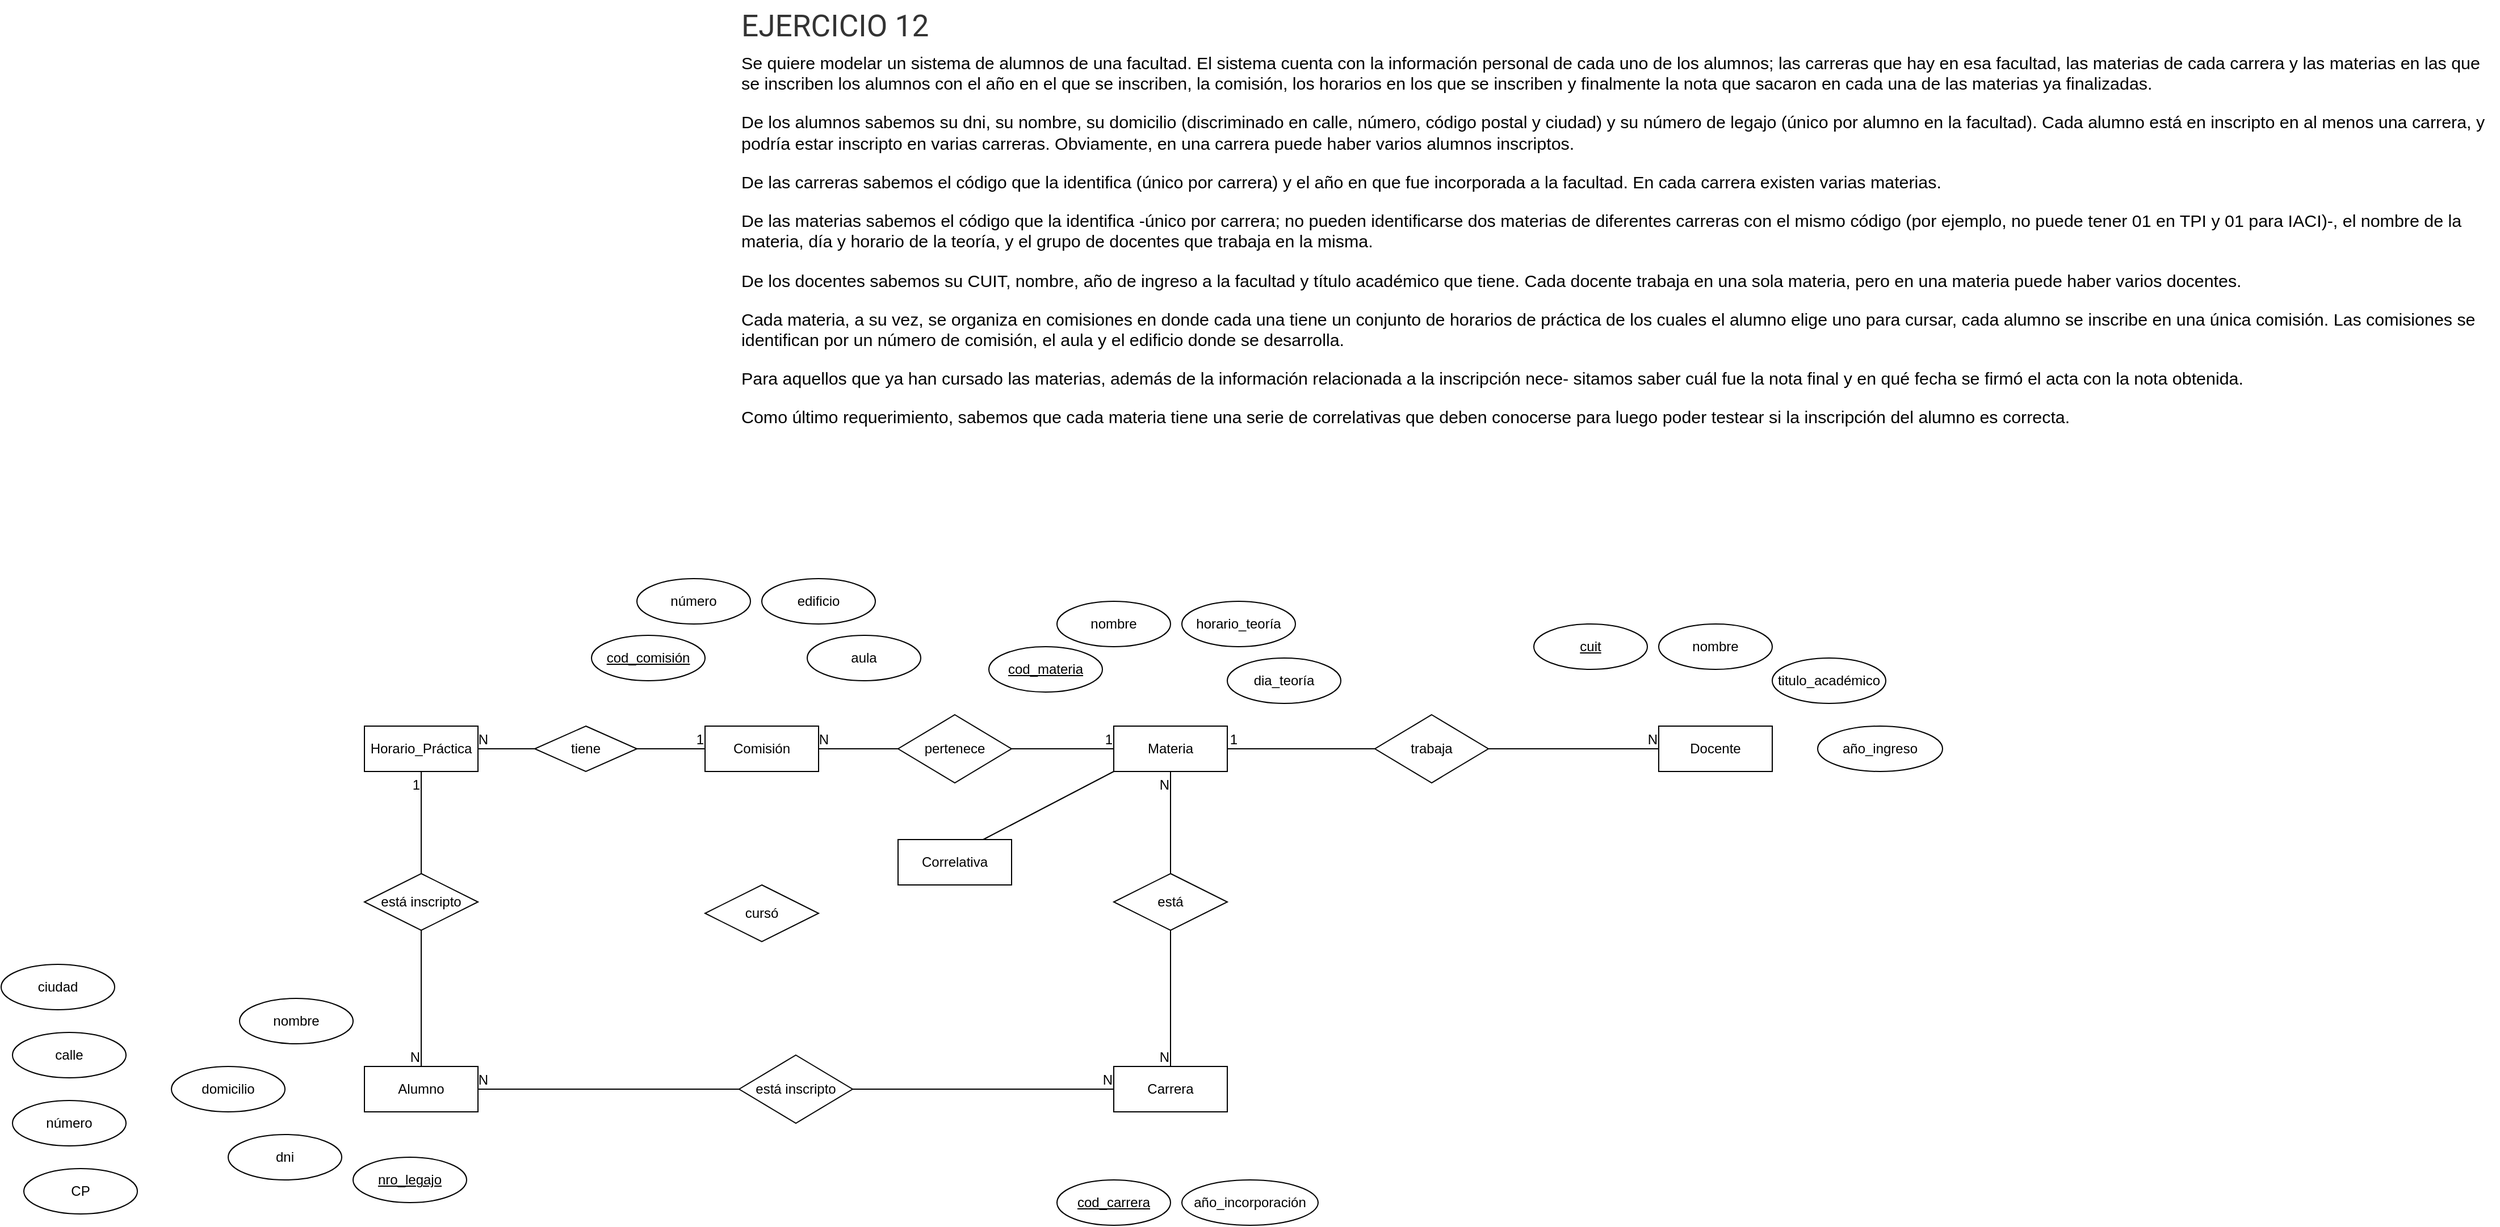
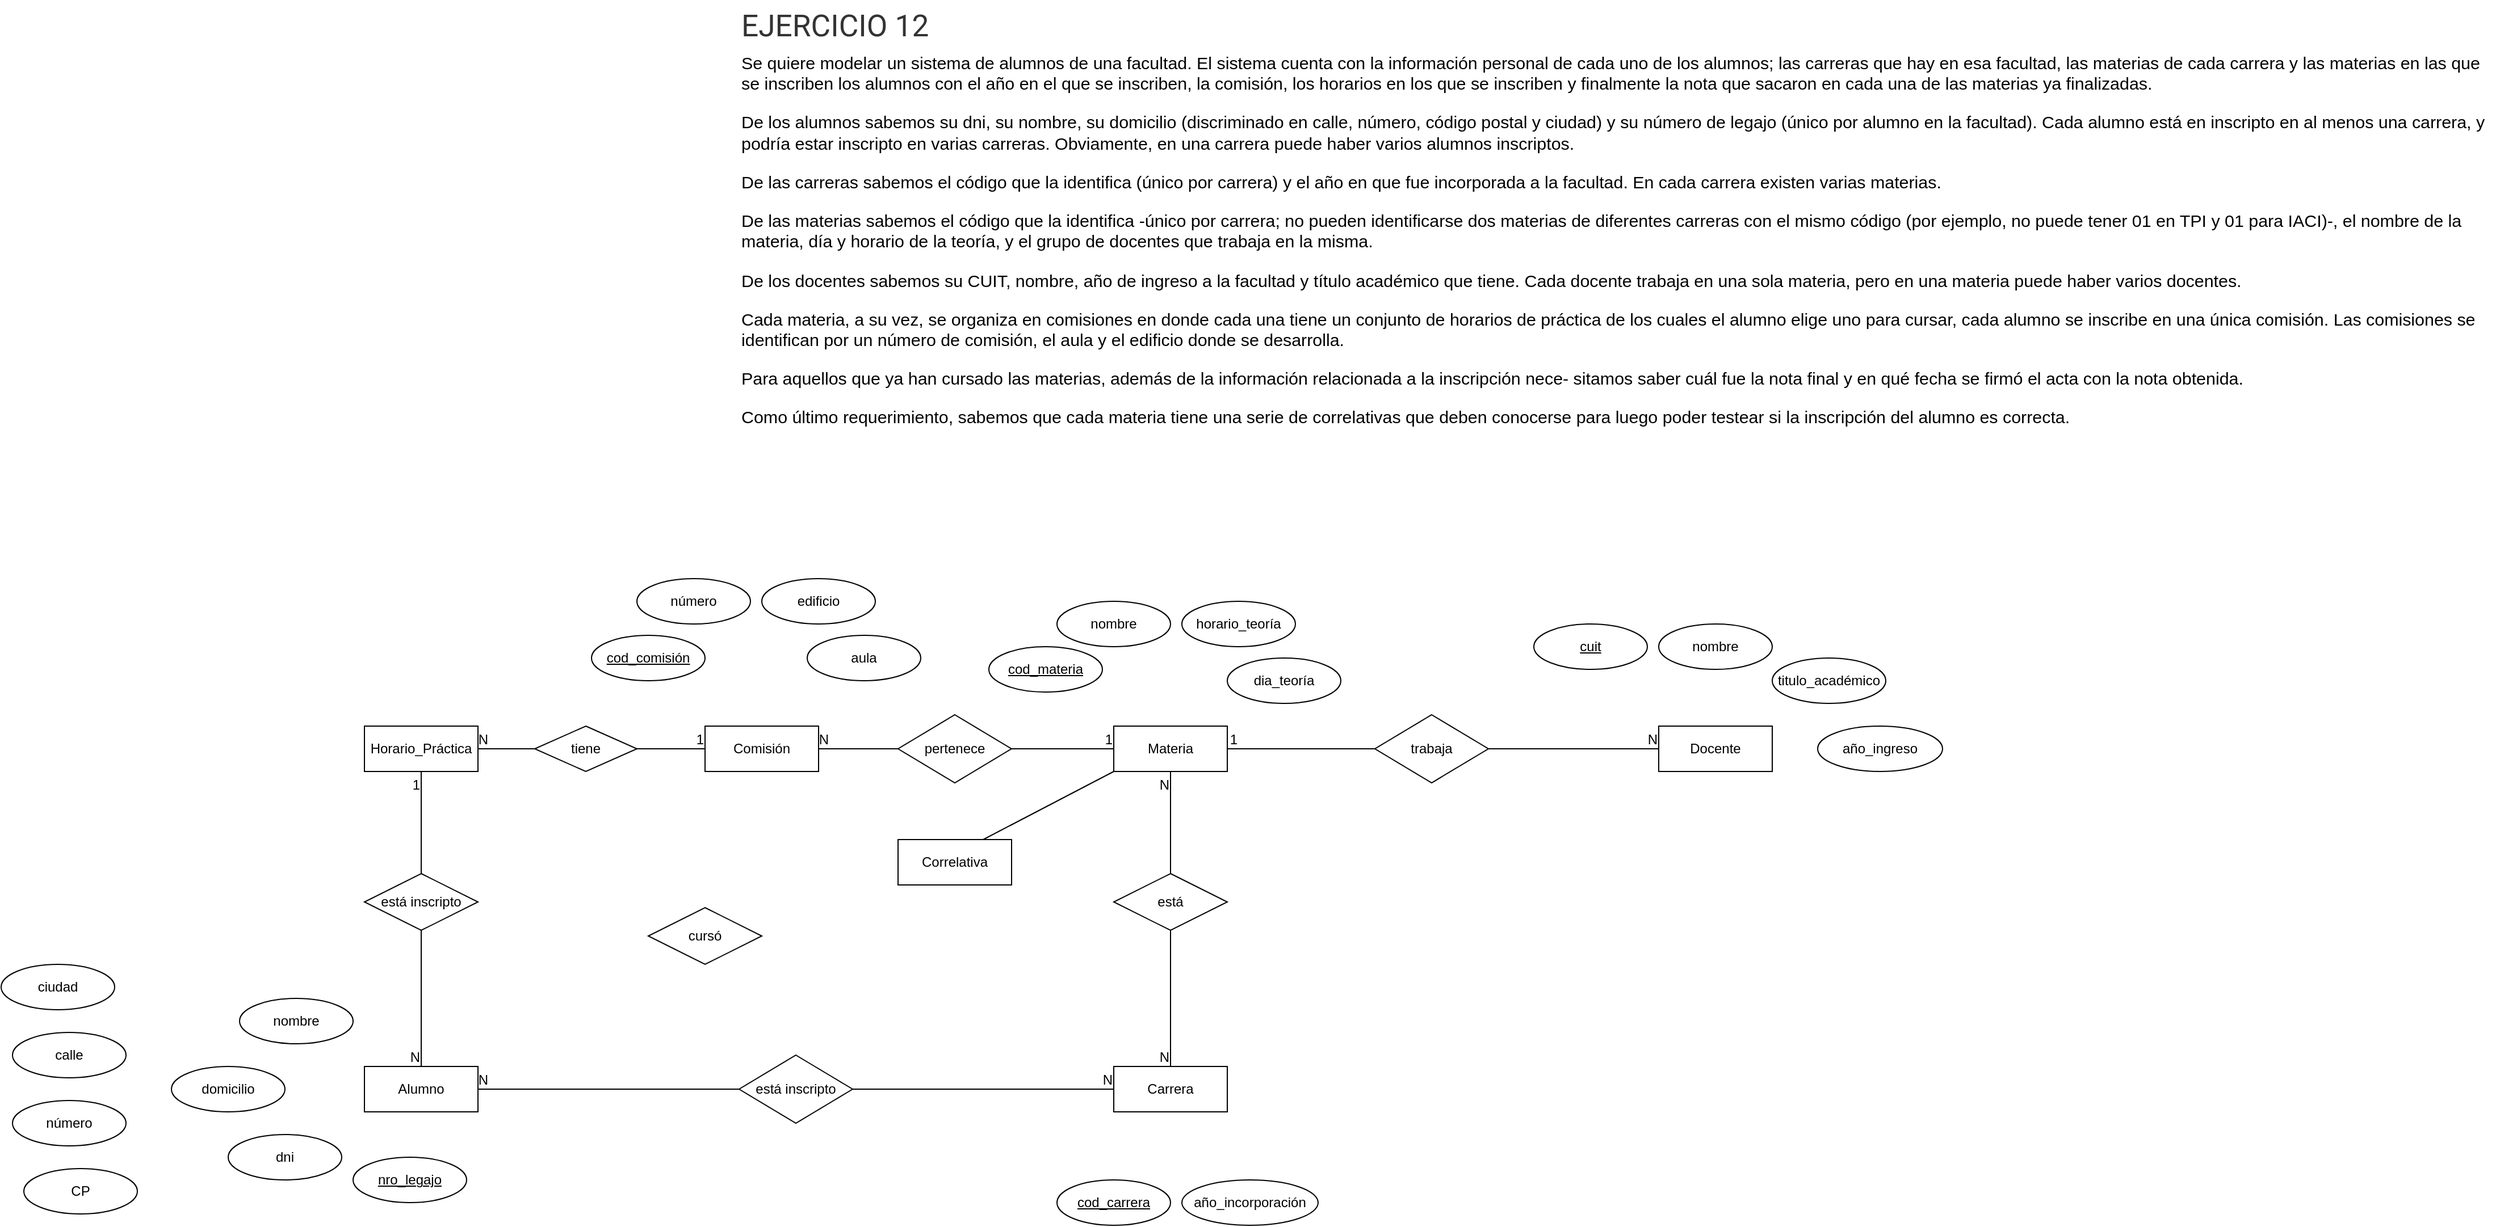
<mxfile host="app.diagrams.net">
  <diagram name="Página-1" id="y1TL5N7xmqakmvrfY2OJ">
-     <mxGraphModel dx="4188" dy="1729" grid="1" gridSize="10" guides="1" tooltips="1" connect="1" arrows="1" fold="1" page="1" pageScale="1" pageWidth="1169" pageHeight="827" math="0" shadow="0">
+     <mxGraphModel dx="4558" dy="1909" grid="1" gridSize="10" guides="1" tooltips="1" connect="1" arrows="1" fold="1" page="1" pageScale="1" pageWidth="1169" pageHeight="827" math="0" shadow="0">
      <root>
        <mxCell id="0" />
        <mxCell id="1" parent="0" />
        <mxCell id="5rH35f_hjBfOrrM5BKQK-1" parent="1" style="text;html=1;whiteSpace=wrap;overflow=hidden;rounded=0;" value="&lt;h3 style=&quot;box-sizing: border-box; margin: 0px 0px 0.5rem; padding: 0px; font-weight: 400; line-height: 1.2; color: rgb(51, 51, 51); font-size: 1.6625rem; font-family: Roboto; background-color: rgb(255, 255, 255);&quot;&gt;&lt;span class=&quot;&quot; style=&quot;box-sizing: border-box; margin: 0px; padding: 0px;&quot;&gt;EJERCICIO 12&lt;/span&gt;&lt;/h3&gt;&lt;p style=&quot;box-sizing: border-box; margin: 0px 0px 1rem; padding: 0px; color: rgb(0, 0, 0); font-family: Barlow, Arial, sans-serif; font-size: 15.2px; background-color: rgb(255, 255, 255);&quot;&gt;&lt;span lang=&quot;ES&quot; style=&quot;box-sizing: border-box; margin: 0px; padding: 0px;&quot;&gt;Se quiere modelar un sistema de alumnos de una facultad. El sistema cuenta con la información personal de cada uno de los alumnos; las carreras que hay en esa facultad, las materias de cada carrera y las materias en las que se inscriben los alumnos con el año en el que se inscriben, la comisión, los horarios en los que se inscriben y finalmente la nota que sacaron en cada una de las materias ya finalizadas.&lt;/span&gt;&lt;/p&gt;&lt;p style=&quot;box-sizing: border-box; margin: 0px 0px 1rem; padding: 0px; color: rgb(0, 0, 0); font-family: Barlow, Arial, sans-serif; font-size: 15.2px; background-color: rgb(255, 255, 255);&quot;&gt;&lt;span lang=&quot;ES&quot; style=&quot;box-sizing: border-box; margin: 0px; padding: 0px;&quot;&gt;De los alumnos sabemos su dni, su nombre, su domicilio (discriminado en calle, número, código postal y ciudad) y su número de legajo (único por alumno en la facultad). Cada alumno está en inscripto en al menos una carrera, y podría estar inscripto en varias carreras. Obviamente, en una carrera puede haber varios alumnos inscriptos.&lt;/span&gt;&lt;/p&gt;&lt;p style=&quot;box-sizing: border-box; margin: 0px 0px 1rem; padding: 0px; color: rgb(0, 0, 0); font-family: Barlow, Arial, sans-serif; font-size: 15.2px; background-color: rgb(255, 255, 255);&quot;&gt;&lt;span lang=&quot;ES&quot; style=&quot;box-sizing: border-box; margin: 0px; padding: 0px;&quot;&gt;De las carreras sabemos el código que la identifica (único por carrera) y el año en que fue incorporada a la facultad. En cada carrera existen varias materias.&lt;/span&gt;&lt;/p&gt;&lt;p style=&quot;box-sizing: border-box; margin: 0px 0px 1rem; padding: 0px; color: rgb(0, 0, 0); font-family: Barlow, Arial, sans-serif; font-size: 15.2px; background-color: rgb(255, 255, 255);&quot;&gt;&lt;span lang=&quot;ES&quot; style=&quot;box-sizing: border-box; margin: 0px; padding: 0px;&quot;&gt;De las materias sabemos el código que la identifica -único por carrera; no pueden identificarse dos materias de diferentes carreras con el mismo código (por ejemplo, no puede tener 01 en TPI y 01 para IACI)-, el nombre de la materia, día y horario de la teoría, y el grupo de docentes que trabaja en la misma.&lt;/span&gt;&lt;/p&gt;&lt;p style=&quot;box-sizing: border-box; margin: 0px 0px 1rem; padding: 0px; color: rgb(0, 0, 0); font-family: Barlow, Arial, sans-serif; font-size: 15.2px; background-color: rgb(255, 255, 255);&quot;&gt;&lt;span lang=&quot;ES&quot; style=&quot;box-sizing: border-box; margin: 0px; padding: 0px;&quot;&gt;De los docentes sabemos su CUIT, nombre, año de ingreso a la facultad y título académico que tiene. Cada docente trabaja en una sola materia, pero en una materia puede haber varios docentes.&lt;/span&gt;&lt;/p&gt;&lt;p style=&quot;box-sizing: border-box; margin: 0px 0px 1rem; padding: 0px; color: rgb(0, 0, 0); font-family: Barlow, Arial, sans-serif; font-size: 15.2px; background-color: rgb(255, 255, 255);&quot;&gt;&lt;span lang=&quot;ES&quot; style=&quot;box-sizing: border-box; margin: 0px; padding: 0px;&quot;&gt;Cada materia, a su vez, se organiza en comisiones en donde cada una tiene un conjunto de horarios de práctica de los cuales el alumno elige uno para cursar, cada alumno se inscribe en una única comisión. Las comisiones se identifican por un número de comisión, el aula y el edificio donde se desarrolla.&lt;/span&gt;&lt;/p&gt;&lt;p style=&quot;box-sizing: border-box; margin: 0px 0px 1rem; padding: 0px; color: rgb(0, 0, 0); font-family: Barlow, Arial, sans-serif; font-size: 15.2px; background-color: rgb(255, 255, 255);&quot;&gt;&lt;span lang=&quot;ES&quot; style=&quot;box-sizing: border-box; margin: 0px; padding: 0px;&quot;&gt;Para aquellos que ya han cursado las materias, además de la información relacionada a la inscripción nece- sitamos saber cuál fue la nota final y en qué fecha se firmó el acta con la nota obtenida.&lt;/span&gt;&lt;/p&gt;&lt;p style=&quot;box-sizing: border-box; margin: 0px 0px 1rem; padding: 0px; color: rgb(0, 0, 0); font-family: Barlow, Arial, sans-serif; font-size: 15.2px; background-color: rgb(255, 255, 255);&quot;&gt;&lt;span lang=&quot;ES&quot; style=&quot;box-sizing: border-box; margin: 0px; padding: 0px;&quot;&gt;Como último requerimiento, sabemos que cada materia tiene una serie de correlativas que deben conocerse para luego poder testear si la inscripción del alumno es correcta.&lt;/span&gt;&lt;/p&gt;" vertex="1">
          <mxGeometry height="400" width="1550" x="-810" y="-800" as="geometry" />
        </mxCell>
        <mxCell id="5rH35f_hjBfOrrM5BKQK-2" parent="1" style="whiteSpace=wrap;html=1;align=center;" value="Alumno" vertex="1">
          <mxGeometry height="40" width="100" x="-1140" y="140" as="geometry" />
        </mxCell>
        <mxCell id="5rH35f_hjBfOrrM5BKQK-3" parent="1" style="whiteSpace=wrap;html=1;align=center;" value="Carrera" vertex="1">
          <mxGeometry height="40" width="100" x="-480" y="140" as="geometry" />
        </mxCell>
        <mxCell id="5rH35f_hjBfOrrM5BKQK-4" parent="1" style="whiteSpace=wrap;html=1;align=center;" value="Materia" vertex="1">
          <mxGeometry height="40" width="100" x="-480" y="-160" as="geometry" />
        </mxCell>
        <mxCell id="5rH35f_hjBfOrrM5BKQK-8" parent="1" style="ellipse;whiteSpace=wrap;html=1;align=center;" value="horario_teoría" vertex="1">
          <mxGeometry height="40" width="100" x="-420" y="-270" as="geometry" />
        </mxCell>
        <mxCell id="5rH35f_hjBfOrrM5BKQK-10" parent="1" style="ellipse;whiteSpace=wrap;html=1;align=center;" value="nombre" vertex="1">
          <mxGeometry height="40" width="100" x="-530" y="-270" as="geometry" />
        </mxCell>
        <mxCell id="5rH35f_hjBfOrrM5BKQK-11" parent="1" style="ellipse;whiteSpace=wrap;html=1;align=center;fontStyle=4;" value="nro_legajo" vertex="1">
          <mxGeometry height="40" width="100" x="-1150" y="220" as="geometry" />
        </mxCell>
        <mxCell id="5rH35f_hjBfOrrM5BKQK-12" parent="1" style="ellipse;whiteSpace=wrap;html=1;align=center;" value="dni" vertex="1">
          <mxGeometry height="40" width="100" x="-1260" y="200" as="geometry" />
        </mxCell>
        <mxCell id="5rH35f_hjBfOrrM5BKQK-13" parent="1" style="ellipse;whiteSpace=wrap;html=1;align=center;" value="nombre" vertex="1">
          <mxGeometry height="40" width="100" x="-1250" y="80" as="geometry" />
        </mxCell>
        <mxCell id="5rH35f_hjBfOrrM5BKQK-14" parent="1" style="ellipse;whiteSpace=wrap;html=1;align=center;" value="domicilio" vertex="1">
          <mxGeometry height="40" width="100" x="-1310" y="140" as="geometry" />
        </mxCell>
        <mxCell id="5rH35f_hjBfOrrM5BKQK-15" parent="1" style="ellipse;whiteSpace=wrap;html=1;align=center;" value="calle" vertex="1">
          <mxGeometry height="40" width="100" x="-1450" y="110" as="geometry" />
        </mxCell>
        <mxCell id="5rH35f_hjBfOrrM5BKQK-16" parent="1" style="ellipse;whiteSpace=wrap;html=1;align=center;" value="número" vertex="1">
          <mxGeometry height="40" width="100" x="-1450" y="170" as="geometry" />
        </mxCell>
        <mxCell id="5rH35f_hjBfOrrM5BKQK-17" parent="1" style="ellipse;whiteSpace=wrap;html=1;align=center;" value="CP" vertex="1">
          <mxGeometry height="40" width="100" x="-1440" y="230" as="geometry" />
        </mxCell>
        <mxCell id="5rH35f_hjBfOrrM5BKQK-18" parent="1" style="ellipse;whiteSpace=wrap;html=1;align=center;" value="ciudad" vertex="1">
          <mxGeometry height="40" width="100" x="-1460" y="50" as="geometry" />
        </mxCell>
        <mxCell id="5rH35f_hjBfOrrM5BKQK-19" parent="1" style="shape=rhombus;perimeter=rhombusPerimeter;whiteSpace=wrap;html=1;align=center;" value="está inscripto" vertex="1">
          <mxGeometry height="60" width="100" x="-810" y="130" as="geometry" />
        </mxCell>
        <mxCell id="5rH35f_hjBfOrrM5BKQK-21" edge="1" parent="1" source="5rH35f_hjBfOrrM5BKQK-19" style="endArrow=none;html=1;rounded=0;exitX=1;exitY=0.5;exitDx=0;exitDy=0;entryX=0;entryY=0.5;entryDx=0;entryDy=0;" target="5rH35f_hjBfOrrM5BKQK-3" value="">
          <mxGeometry relative="1" as="geometry">
            <mxPoint x="-600" y="110" as="sourcePoint" />
            <mxPoint x="-440" y="110" as="targetPoint" />
          </mxGeometry>
        </mxCell>
        <mxCell id="5rH35f_hjBfOrrM5BKQK-22" connectable="0" parent="5rH35f_hjBfOrrM5BKQK-21" style="resizable=0;html=1;whiteSpace=wrap;align=right;verticalAlign=bottom;" value="N" vertex="1">
          <mxGeometry relative="1" x="1" as="geometry" />
        </mxCell>
        <mxCell id="5rH35f_hjBfOrrM5BKQK-23" edge="1" parent="1" source="5rH35f_hjBfOrrM5BKQK-19" style="endArrow=none;html=1;rounded=0;entryX=1;entryY=0.5;entryDx=0;entryDy=0;exitX=0;exitY=0.5;exitDx=0;exitDy=0;" target="5rH35f_hjBfOrrM5BKQK-2" value="">
          <mxGeometry relative="1" as="geometry">
            <mxPoint x="-930.0000000000005" y="159.99999999999977" as="sourcePoint" />
            <mxPoint x="-360" y="-110" as="targetPoint" />
          </mxGeometry>
        </mxCell>
        <mxCell id="5rH35f_hjBfOrrM5BKQK-24" connectable="0" parent="5rH35f_hjBfOrrM5BKQK-23" style="resizable=0;html=1;whiteSpace=wrap;align=right;verticalAlign=bottom;" value="N" vertex="1">
          <mxGeometry relative="1" x="1" as="geometry">
            <mxPoint x="10" as="offset" />
          </mxGeometry>
        </mxCell>
        <mxCell id="5rH35f_hjBfOrrM5BKQK-25" parent="1" style="ellipse;whiteSpace=wrap;html=1;align=center;fontStyle=4;" value="cod_carrera" vertex="1">
          <mxGeometry height="40" width="100" x="-530" y="240" as="geometry" />
        </mxCell>
        <mxCell id="5rH35f_hjBfOrrM5BKQK-26" parent="1" style="ellipse;whiteSpace=wrap;html=1;align=center;" value="año_incorporación" vertex="1">
          <mxGeometry height="40" width="120" x="-420" y="240" as="geometry" />
        </mxCell>
        <mxCell id="5rH35f_hjBfOrrM5BKQK-27" parent="1" style="ellipse;whiteSpace=wrap;html=1;align=center;fontStyle=4;" value="cod_materia" vertex="1">
          <mxGeometry height="40" width="100" x="-590" y="-230" as="geometry" />
        </mxCell>
        <mxCell id="5rH35f_hjBfOrrM5BKQK-28" parent="1" style="ellipse;whiteSpace=wrap;html=1;align=center;" value="dia_teoría" vertex="1">
          <mxGeometry height="40" width="100" x="-380" y="-220" as="geometry" />
        </mxCell>
        <mxCell id="5rH35f_hjBfOrrM5BKQK-30" parent="1" style="whiteSpace=wrap;html=1;align=center;" value="Docente" vertex="1">
          <mxGeometry height="40" width="100" y="-160" as="geometry" />
        </mxCell>
        <mxCell id="5rH35f_hjBfOrrM5BKQK-31" parent="1" style="ellipse;whiteSpace=wrap;html=1;align=center;fontStyle=4;" value="cuit" vertex="1">
          <mxGeometry height="40" width="100" x="-110" y="-250" as="geometry" />
        </mxCell>
        <mxCell id="5rH35f_hjBfOrrM5BKQK-32" parent="1" style="ellipse;whiteSpace=wrap;html=1;align=center;" value="nombre" vertex="1">
          <mxGeometry height="40" width="100" y="-250" as="geometry" />
        </mxCell>
        <mxCell id="5rH35f_hjBfOrrM5BKQK-33" parent="1" style="ellipse;whiteSpace=wrap;html=1;align=center;" value="titulo_académico" vertex="1">
          <mxGeometry height="40" width="100" x="100" y="-220" as="geometry" />
        </mxCell>
        <mxCell id="5rH35f_hjBfOrrM5BKQK-34" parent="1" style="ellipse;whiteSpace=wrap;html=1;align=center;" value="año_ingreso" vertex="1">
          <mxGeometry height="40" width="110" x="140" y="-160" as="geometry" />
        </mxCell>
        <mxCell id="5rH35f_hjBfOrrM5BKQK-35" parent="1" style="shape=rhombus;perimeter=rhombusPerimeter;whiteSpace=wrap;html=1;align=center;" value="trabaja" vertex="1">
          <mxGeometry height="60" width="100" x="-250" y="-170" as="geometry" />
        </mxCell>
        <mxCell id="5rH35f_hjBfOrrM5BKQK-36" edge="1" parent="1" source="5rH35f_hjBfOrrM5BKQK-35" style="endArrow=none;html=1;rounded=0;exitX=1;exitY=0.5;exitDx=0;exitDy=0;entryX=0;entryY=0.5;entryDx=0;entryDy=0;" target="5rH35f_hjBfOrrM5BKQK-30" value="">
          <mxGeometry relative="1" as="geometry">
            <mxPoint x="-10" y="-260" as="sourcePoint" />
            <mxPoint x="150" y="-260" as="targetPoint" />
          </mxGeometry>
        </mxCell>
        <mxCell id="5rH35f_hjBfOrrM5BKQK-37" connectable="0" parent="5rH35f_hjBfOrrM5BKQK-36" style="resizable=0;html=1;whiteSpace=wrap;align=right;verticalAlign=bottom;" value="N" vertex="1">
          <mxGeometry relative="1" x="1" as="geometry" />
        </mxCell>
        <mxCell id="5rH35f_hjBfOrrM5BKQK-38" edge="1" parent="1" source="5rH35f_hjBfOrrM5BKQK-35" style="endArrow=none;html=1;rounded=0;entryX=1;entryY=0.5;entryDx=0;entryDy=0;exitX=0;exitY=0.5;exitDx=0;exitDy=0;" target="5rH35f_hjBfOrrM5BKQK-4" value="">
          <mxGeometry relative="1" as="geometry">
            <mxPoint x="-10" y="-260" as="sourcePoint" />
            <mxPoint x="150" y="-260" as="targetPoint" />
          </mxGeometry>
        </mxCell>
        <mxCell id="5rH35f_hjBfOrrM5BKQK-39" connectable="0" parent="5rH35f_hjBfOrrM5BKQK-38" style="resizable=0;html=1;whiteSpace=wrap;align=right;verticalAlign=bottom;" value="1" vertex="1">
          <mxGeometry relative="1" x="1" as="geometry">
            <mxPoint x="10" as="offset" />
          </mxGeometry>
        </mxCell>
        <mxCell id="5rH35f_hjBfOrrM5BKQK-40" parent="1" style="whiteSpace=wrap;html=1;align=center;" value="Comisión" vertex="1">
          <mxGeometry height="40" width="100" x="-840" y="-160" as="geometry" />
        </mxCell>
        <mxCell id="5rH35f_hjBfOrrM5BKQK-41" parent="1" style="ellipse;whiteSpace=wrap;html=1;align=center;fontStyle=4;" value="cod_comisión" vertex="1">
          <mxGeometry height="40" width="100" x="-940" y="-240" as="geometry" />
        </mxCell>
        <mxCell id="5rH35f_hjBfOrrM5BKQK-42" parent="1" style="ellipse;whiteSpace=wrap;html=1;align=center;" value="número" vertex="1">
          <mxGeometry height="40" width="100" x="-900" y="-290" as="geometry" />
        </mxCell>
        <mxCell id="5rH35f_hjBfOrrM5BKQK-43" parent="1" style="ellipse;whiteSpace=wrap;html=1;align=center;" value="aula" vertex="1">
          <mxGeometry height="40" width="100" x="-750" y="-240" as="geometry" />
        </mxCell>
        <mxCell id="5rH35f_hjBfOrrM5BKQK-44" parent="1" style="ellipse;whiteSpace=wrap;html=1;align=center;" value="edificio" vertex="1">
          <mxGeometry height="40" width="100" x="-790" y="-290" as="geometry" />
        </mxCell>
        <mxCell id="5rH35f_hjBfOrrM5BKQK-46" parent="1" style="shape=rhombus;perimeter=rhombusPerimeter;whiteSpace=wrap;html=1;align=center;" value="pertenece" vertex="1">
          <mxGeometry height="60" width="100" x="-670" y="-170" as="geometry" />
        </mxCell>
        <mxCell id="5rH35f_hjBfOrrM5BKQK-48" edge="1" parent="1" source="5rH35f_hjBfOrrM5BKQK-46" style="endArrow=none;html=1;rounded=0;exitX=0;exitY=0.5;exitDx=0;exitDy=0;entryX=1;entryY=0.5;entryDx=0;entryDy=0;" target="5rH35f_hjBfOrrM5BKQK-40" value="">
          <mxGeometry relative="1" as="geometry">
            <mxPoint x="-230" y="-220" as="sourcePoint" />
            <mxPoint x="-70" y="-220" as="targetPoint" />
          </mxGeometry>
        </mxCell>
        <mxCell id="5rH35f_hjBfOrrM5BKQK-49" connectable="0" parent="5rH35f_hjBfOrrM5BKQK-48" style="resizable=0;html=1;whiteSpace=wrap;align=right;verticalAlign=bottom;" value="N" vertex="1">
          <mxGeometry relative="1" x="1" as="geometry">
            <mxPoint x="10" as="offset" />
          </mxGeometry>
        </mxCell>
        <mxCell id="5rH35f_hjBfOrrM5BKQK-50" edge="1" parent="1" source="5rH35f_hjBfOrrM5BKQK-46" style="endArrow=none;html=1;rounded=0;exitX=1;exitY=0.5;exitDx=0;exitDy=0;entryX=0;entryY=0.5;entryDx=0;entryDy=0;" target="5rH35f_hjBfOrrM5BKQK-4" value="">
          <mxGeometry relative="1" as="geometry">
            <mxPoint x="-230" y="-220" as="sourcePoint" />
            <mxPoint x="-70" y="-220" as="targetPoint" />
          </mxGeometry>
        </mxCell>
        <mxCell id="5rH35f_hjBfOrrM5BKQK-51" connectable="0" parent="5rH35f_hjBfOrrM5BKQK-50" style="resizable=0;html=1;whiteSpace=wrap;align=right;verticalAlign=bottom;" value="1" vertex="1">
          <mxGeometry relative="1" x="1" as="geometry" />
        </mxCell>
        <mxCell id="5rH35f_hjBfOrrM5BKQK-52" parent="1" style="shape=rhombus;perimeter=rhombusPerimeter;whiteSpace=wrap;html=1;align=center;" value="está" vertex="1">
          <mxGeometry height="50" width="100" x="-480" y="-30" as="geometry" />
        </mxCell>
        <mxCell id="5rH35f_hjBfOrrM5BKQK-53" edge="1" parent="1" source="5rH35f_hjBfOrrM5BKQK-52" style="endArrow=none;html=1;rounded=0;exitX=0.5;exitY=0;exitDx=0;exitDy=0;entryX=0.5;entryY=1;entryDx=0;entryDy=0;" target="5rH35f_hjBfOrrM5BKQK-4" value="">
          <mxGeometry relative="1" as="geometry">
            <mxPoint x="-230" y="-110" as="sourcePoint" />
            <mxPoint x="-70" y="-110" as="targetPoint" />
          </mxGeometry>
        </mxCell>
        <mxCell id="5rH35f_hjBfOrrM5BKQK-54" connectable="0" parent="5rH35f_hjBfOrrM5BKQK-53" style="resizable=0;html=1;whiteSpace=wrap;align=right;verticalAlign=bottom;" value="N" vertex="1">
          <mxGeometry relative="1" x="1" as="geometry">
            <mxPoint y="20" as="offset" />
          </mxGeometry>
        </mxCell>
        <mxCell id="5rH35f_hjBfOrrM5BKQK-55" edge="1" parent="1" source="5rH35f_hjBfOrrM5BKQK-52" style="endArrow=none;html=1;rounded=0;exitX=0.5;exitY=1;exitDx=0;exitDy=0;entryX=0.5;entryY=0;entryDx=0;entryDy=0;" target="5rH35f_hjBfOrrM5BKQK-3" value="">
          <mxGeometry relative="1" as="geometry">
            <mxPoint x="-230" y="-110" as="sourcePoint" />
            <mxPoint x="-70" y="-110" as="targetPoint" />
          </mxGeometry>
        </mxCell>
        <mxCell id="5rH35f_hjBfOrrM5BKQK-56" connectable="0" parent="5rH35f_hjBfOrrM5BKQK-55" style="resizable=0;html=1;whiteSpace=wrap;align=right;verticalAlign=bottom;" value="N" vertex="1">
          <mxGeometry relative="1" x="1" as="geometry" />
        </mxCell>
        <mxCell id="5rH35f_hjBfOrrM5BKQK-57" parent="1" style="shape=rhombus;perimeter=rhombusPerimeter;whiteSpace=wrap;html=1;align=center;" value="está inscripto" vertex="1">
          <mxGeometry height="50" width="100" x="-1140" y="-30" as="geometry" />
        </mxCell>
        <mxCell id="5rH35f_hjBfOrrM5BKQK-59" parent="1" style="whiteSpace=wrap;html=1;align=center;" value="Correlativa" vertex="1">
          <mxGeometry height="40" width="100" x="-670" y="-60" as="geometry" />
        </mxCell>
        <mxCell id="5rH35f_hjBfOrrM5BKQK-60" edge="1" parent="1" source="5rH35f_hjBfOrrM5BKQK-4" style="endArrow=none;html=1;rounded=0;entryX=0.75;entryY=0;entryDx=0;entryDy=0;exitX=0;exitY=1;exitDx=0;exitDy=0;" target="5rH35f_hjBfOrrM5BKQK-59" value="">
          <mxGeometry relative="1" as="geometry">
            <mxPoint x="-230" y="-110" as="sourcePoint" />
            <mxPoint x="-70" y="-110" as="targetPoint" />
          </mxGeometry>
        </mxCell>
        <mxCell id="5rH35f_hjBfOrrM5BKQK-61" parent="1" style="shape=rhombus;perimeter=rhombusPerimeter;whiteSpace=wrap;html=1;align=center;" value="cursó" vertex="1">
-           <mxGeometry height="50" width="100" x="-840" y="-20" as="geometry" />
+           <mxGeometry height="50" width="100" x="-890" as="geometry" />
        </mxCell>
        <mxCell id="5rH35f_hjBfOrrM5BKQK-62" edge="1" parent="1" source="5rH35f_hjBfOrrM5BKQK-57" style="endArrow=none;html=1;rounded=0;entryX=0.5;entryY=0;entryDx=0;entryDy=0;exitX=0.5;exitY=1;exitDx=0;exitDy=0;" target="5rH35f_hjBfOrrM5BKQK-2" value="">
          <mxGeometry relative="1" as="geometry">
            <mxPoint x="-1090" y="29.999999999999773" as="sourcePoint" />
            <mxPoint x="-300" y="-220" as="targetPoint" />
          </mxGeometry>
        </mxCell>
        <mxCell id="5rH35f_hjBfOrrM5BKQK-63" connectable="0" parent="5rH35f_hjBfOrrM5BKQK-62" style="resizable=0;html=1;whiteSpace=wrap;align=right;verticalAlign=bottom;" value="N" vertex="1">
          <mxGeometry relative="1" x="1" as="geometry" />
        </mxCell>
        <mxCell id="5rH35f_hjBfOrrM5BKQK-64" edge="1" parent="1" source="5rH35f_hjBfOrrM5BKQK-57" style="endArrow=none;html=1;rounded=0;exitX=0.5;exitY=0;exitDx=0;exitDy=0;entryX=0.5;entryY=1;entryDx=0;entryDy=0;" target="5rH35f_hjBfOrrM5BKQK-69" value="">
          <mxGeometry relative="1" as="geometry">
            <mxPoint x="-410" y="-220" as="sourcePoint" />
            <mxPoint x="-1090" y="-120" as="targetPoint" />
          </mxGeometry>
        </mxCell>
        <mxCell id="5rH35f_hjBfOrrM5BKQK-65" connectable="0" parent="5rH35f_hjBfOrrM5BKQK-64" style="resizable=0;html=1;whiteSpace=wrap;align=right;verticalAlign=bottom;" value="1" vertex="1">
          <mxGeometry relative="1" x="1" as="geometry">
            <mxPoint y="20" as="offset" />
          </mxGeometry>
        </mxCell>
        <mxCell id="5rH35f_hjBfOrrM5BKQK-68" edge="1" parent="1" source="5rH35f_hjBfOrrM5BKQK-41" style="edgeStyle=orthogonalEdgeStyle;rounded=0;orthogonalLoop=1;jettySize=auto;html=1;exitX=0.5;exitY=1;exitDx=0;exitDy=0;" target="5rH35f_hjBfOrrM5BKQK-41">
          <mxGeometry relative="1" as="geometry" />
        </mxCell>
        <mxCell id="5rH35f_hjBfOrrM5BKQK-69" parent="1" style="whiteSpace=wrap;html=1;align=center;" value="Horario_Práctica" vertex="1">
          <mxGeometry height="40" width="100" x="-1140" y="-160" as="geometry" />
        </mxCell>
        <mxCell id="5rH35f_hjBfOrrM5BKQK-70" parent="1" style="shape=rhombus;perimeter=rhombusPerimeter;whiteSpace=wrap;html=1;align=center;" value="tiene" vertex="1">
          <mxGeometry height="40" width="90" x="-990" y="-160" as="geometry" />
        </mxCell>
        <mxCell id="5rH35f_hjBfOrrM5BKQK-71" edge="1" parent="1" source="5rH35f_hjBfOrrM5BKQK-70" style="endArrow=none;html=1;rounded=0;exitX=1;exitY=0.5;exitDx=0;exitDy=0;entryX=0;entryY=0.5;entryDx=0;entryDy=0;" target="5rH35f_hjBfOrrM5BKQK-40" value="">
          <mxGeometry relative="1" as="geometry">
            <mxPoint x="-620" as="sourcePoint" />
            <mxPoint x="-460" as="targetPoint" />
          </mxGeometry>
        </mxCell>
        <mxCell id="5rH35f_hjBfOrrM5BKQK-72" connectable="0" parent="5rH35f_hjBfOrrM5BKQK-71" style="resizable=0;html=1;whiteSpace=wrap;align=right;verticalAlign=bottom;" value="1" vertex="1">
          <mxGeometry relative="1" x="1" as="geometry" />
        </mxCell>
        <mxCell id="5rH35f_hjBfOrrM5BKQK-73" edge="1" parent="1" source="5rH35f_hjBfOrrM5BKQK-70" style="endArrow=none;html=1;rounded=0;exitX=0;exitY=0.5;exitDx=0;exitDy=0;entryX=1;entryY=0.5;entryDx=0;entryDy=0;" target="5rH35f_hjBfOrrM5BKQK-69" value="">
          <mxGeometry relative="1" as="geometry">
            <mxPoint x="-620" as="sourcePoint" />
            <mxPoint x="-460" as="targetPoint" />
          </mxGeometry>
        </mxCell>
        <mxCell id="5rH35f_hjBfOrrM5BKQK-74" connectable="0" parent="5rH35f_hjBfOrrM5BKQK-73" style="resizable=0;html=1;whiteSpace=wrap;align=right;verticalAlign=bottom;" value="N" vertex="1">
          <mxGeometry relative="1" x="1" as="geometry">
            <mxPoint x="10" as="offset" />
          </mxGeometry>
        </mxCell>
      </root>
    </mxGraphModel>
  </diagram>
</mxfile>
